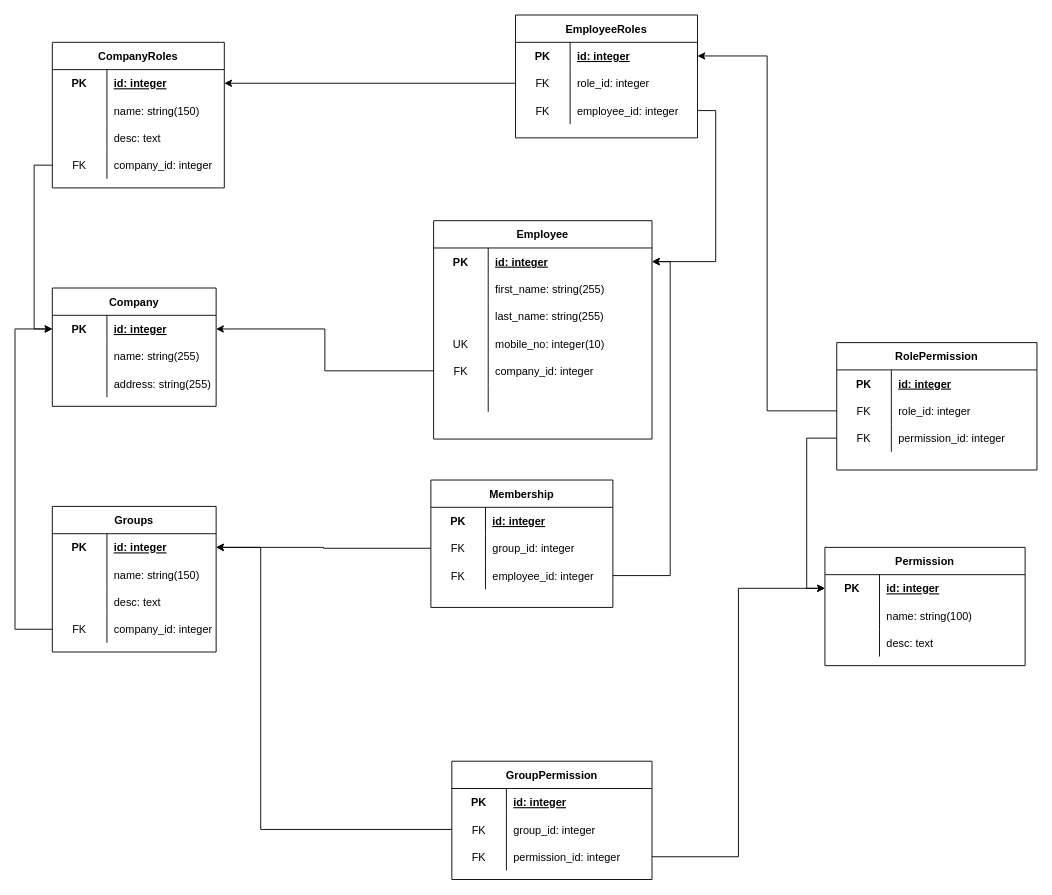
Earlier version of the draw.io diagram drawings/org_uam.drawio (premchalmeti/draw.io). Source tidied: cells renumbered, new cells numbered last; positions are measured from the earlier drawing's top-left corner, leaving out a move shared by most shapes. Both pictures are drawn from the tidied source at 91%, with x=0, y=0 at pixel (15, 15).
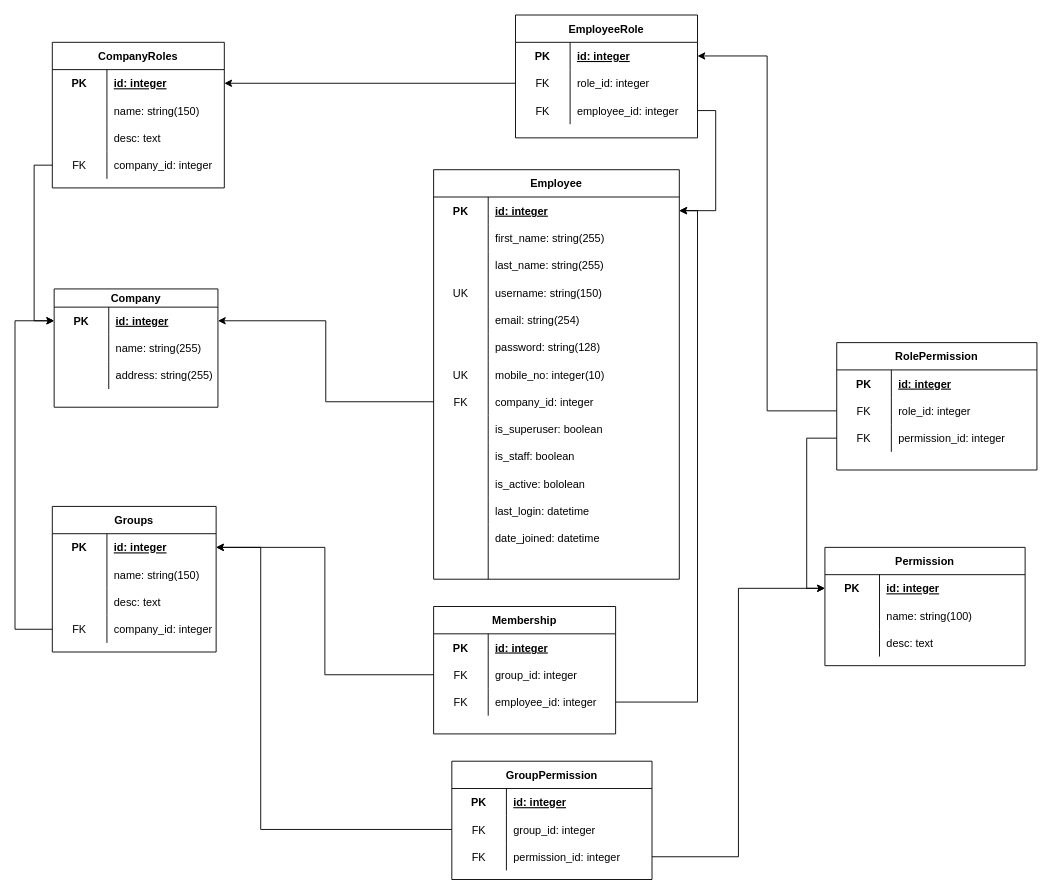
Above is the later version.

Unchanged cells that the change refers to:
```xml
<mxCell id="68" style="shape=partialRectangle;fillColor=none;top=0;left=0;bottom=0;right=0;points=[[0,0.5],[1,0.5]];portConstraint=eastwest;" parent="58" vertex="1">
  <mxGeometry y="120" width="180" height="30" as="geometry" />
</mxCell>
```

The edit, as a diff of the source:
```diff
@@
-    <mxCell id="2" value="Company" style="shape=table;startSize=30;childLayout=tableLayout;rowLines=0;fontStyle=1;align=center;" parent="1" vertex="1">
-      <mxGeometry x="41" y="300" width="180" height="130" as="geometry" />
+    <mxCell id="2" value="Company" style="shape=table;startSize=20;childLayout=tableLayout;rowLines=0;fontStyle=1;align=center;" parent="1" vertex="1">
+      <mxGeometry x="43" y="301" width="180" height="130" as="geometry" />
     </mxCell>
     <mxCell id="3" style="shape=partialRectangle;fillColor=none;top=0;left=0;bottom=0;right=0;points=[[0,0.5],[1,0.5]];portConstraint=eastwest;" parent="2" vertex="1">
-      <mxGeometry y="30" width="180" height="30" as="geometry" />
+      <mxGeometry y="20" width="180" height="30" as="geometry" />
     </mxCell>
@@
     <mxCell id="6" style="shape=partialRectangle;fillColor=none;top=0;left=0;bottom=0;right=0;" parent="2" vertex="1">
-      <mxGeometry y="60" width="180" height="30" as="geometry" />
+      <mxGeometry y="50" width="180" height="30" as="geometry" />
     </mxCell>
@@
     <mxCell id="9" style="shape=partialRectangle;fillColor=none;top=0;left=0;bottom=0;right=0;" parent="2" vertex="1">
-      <mxGeometry y="90" width="180" height="30" as="geometry" />
+      <mxGeometry y="80" width="180" height="30" as="geometry" />
     </mxCell>
@@
     <mxCell id="12" value="Employee" style="shape=table;startSize=30;childLayout=tableLayout;rowLines=0;fontStyle=1;align=center;" parent="1" vertex="1">
-      <mxGeometry x="460" y="226" width="240" height="240" as="geometry" />
+      <mxGeometry x="460" y="170" width="270" height="450" as="geometry" />
     </mxCell>
     <mxCell id="13" style="shape=partialRectangle;fillColor=none;top=0;left=0;bottom=0;right=0;points=[[0,0.5],[1,0.5]];portConstraint=eastwest;" parent="12" vertex="1">
-      <mxGeometry y="30" width="240" height="30" as="geometry" />
+      <mxGeometry y="30" width="270" height="30" as="geometry" />
     </mxCell>
@@
     <mxCell id="15" value="id: integer" style="shape=partialRectangle;fillColor=none;top=0;left=0;bottom=0;right=0;align=left;spacingLeft=6;fontStyle=5;overflow=hidden;" parent="13" vertex="1">
-      <mxGeometry x="60" width="180" height="30" as="geometry" />
+      <mxGeometry x="60" width="210" height="30" as="geometry" />
     </mxCell>
     <mxCell id="16" style="shape=partialRectangle;fillColor=none;top=0;left=0;bottom=0;right=0;" parent="12" vertex="1">
-      <mxGeometry y="60" width="240" height="30" as="geometry" />
+      <mxGeometry y="60" width="270" height="30" as="geometry" />
     </mxCell>
@@
     <mxCell id="18" value="first_name: string(255)" style="shape=partialRectangle;fillColor=none;top=0;left=0;bottom=0;right=0;align=left;spacingLeft=6;overflow=hidden;" parent="16" vertex="1">
-      <mxGeometry x="60" width="180" height="30" as="geometry" />
+      <mxGeometry x="60" width="210" height="30" as="geometry" />
     </mxCell>
     <mxCell id="19" style="shape=partialRectangle;fillColor=none;top=0;left=0;bottom=0;right=0;" parent="12" vertex="1">
-      <mxGeometry y="90" width="240" height="30" as="geometry" />
+      <mxGeometry y="90" width="270" height="30" as="geometry" />
     </mxCell>
@@
     <mxCell id="21" value="last_name: string(255)" style="shape=partialRectangle;fillColor=none;top=0;left=0;bottom=0;right=0;align=left;spacingLeft=6;overflow=hidden;" parent="19" vertex="1">
-      <mxGeometry x="60" width="180" height="30" as="geometry" />
+      <mxGeometry x="60" width="210" height="30" as="geometry" />
     </mxCell>
+    <mxCell id="118" style="shape=partialRectangle;fillColor=none;top=0;left=0;bottom=0;right=0;" parent="12" vertex="1">
+      <mxGeometry y="120" width="270" height="30" as="geometry" />
+    </mxCell>
+    <mxCell id="119" value="UK" style="shape=partialRectangle;fillColor=none;top=0;left=0;bottom=0;right=0;overflow=hidden;" parent="118" vertex="1">
+      <mxGeometry width="60" height="30" as="geometry" />
+    </mxCell>
+    <mxCell id="120" value="username: string(150)" style="shape=partialRectangle;fillColor=none;top=0;left=0;bottom=0;right=0;align=left;spacingLeft=6;overflow=hidden;" parent="118" vertex="1">
+      <mxGeometry x="60" width="210" height="30" as="geometry" />
+    </mxCell>
+    <mxCell id="121" style="shape=partialRectangle;fillColor=none;top=0;left=0;bottom=0;right=0;" parent="12" vertex="1">
+      <mxGeometry y="150" width="270" height="30" as="geometry" />
+    </mxCell>
+    <mxCell id="122" style="shape=partialRectangle;fillColor=none;top=0;left=0;bottom=0;right=0;overflow=hidden;" parent="121" vertex="1">
+      <mxGeometry width="60" height="30" as="geometry" />
+    </mxCell>
+    <mxCell id="123" value="email: string(254)" style="shape=partialRectangle;fillColor=none;top=0;left=0;bottom=0;right=0;align=left;spacingLeft=6;overflow=hidden;" parent="121" vertex="1">
+      <mxGeometry x="60" width="210" height="30" as="geometry" />
+    </mxCell>
+    <mxCell id="124" style="shape=partialRectangle;fillColor=none;top=0;left=0;bottom=0;right=0;" parent="12" vertex="1">
+      <mxGeometry y="180" width="270" height="30" as="geometry" />
+    </mxCell>
+    <mxCell id="125" style="shape=partialRectangle;fillColor=none;top=0;left=0;bottom=0;right=0;overflow=hidden;" parent="124" vertex="1">
+      <mxGeometry width="60" height="30" as="geometry" />
+    </mxCell>
+    <mxCell id="126" value="password: string(128)" style="shape=partialRectangle;fillColor=none;top=0;left=0;bottom=0;right=0;align=left;spacingLeft=6;overflow=hidden;" parent="124" vertex="1">
+      <mxGeometry x="60" width="210" height="30" as="geometry" />
+    </mxCell>
     <mxCell id="22" style="shape=partialRectangle;fillColor=none;top=0;left=0;bottom=0;right=0;" parent="12" vertex="1">
-      <mxGeometry y="120" width="240" height="30" as="geometry" />
+      <mxGeometry y="210" width="270" height="30" as="geometry" />
     </mxCell>
@@
     <mxCell id="24" value="mobile_no: integer(10)" style="shape=partialRectangle;fillColor=none;top=0;left=0;bottom=0;right=0;align=left;spacingLeft=6;fontStyle=0;overflow=hidden;" parent="22" vertex="1">
-      <mxGeometry x="60" width="180" height="30" as="geometry" />
+      <mxGeometry x="60" width="210" height="30" as="geometry" />
     </mxCell>
     <mxCell id="25" style="shape=partialRectangle;fillColor=none;top=0;left=0;bottom=0;right=0;points=[[0,0.5],[1,0.5]];portConstraint=eastwest;" parent="12" vertex="1">
-      <mxGeometry y="150" width="240" height="30" as="geometry" />
+      <mxGeometry y="240" width="270" height="30" as="geometry" />
     </mxCell>
@@
     <mxCell id="27" value="company_id: integer" style="shape=partialRectangle;fillColor=none;top=0;left=0;bottom=0;right=0;align=left;spacingLeft=6;fontStyle=0;overflow=hidden;" parent="25" vertex="1">
-      <mxGeometry x="60" width="180" height="30" as="geometry" />
+      <mxGeometry x="60" width="210" height="30" as="geometry" />
     </mxCell>
+    <mxCell id="127" style="shape=partialRectangle;fillColor=none;top=0;left=0;bottom=0;right=0;" parent="12" vertex="1">
+      <mxGeometry y="270" width="270" height="30" as="geometry" />
+    </mxCell>
+    <mxCell id="128" style="shape=partialRectangle;fillColor=none;top=0;left=0;bottom=0;right=0;fontStyle=0;overflow=hidden;" parent="127" vertex="1">
+      <mxGeometry width="60" height="30" as="geometry" />
+    </mxCell>
+    <mxCell id="129" value="is_superuser: boolean" style="shape=partialRectangle;fillColor=none;top=0;left=0;bottom=0;right=0;align=left;spacingLeft=6;fontStyle=0;overflow=hidden;" parent="127" vertex="1">
+      <mxGeometry x="60" width="210" height="30" as="geometry" />
+    </mxCell>
+    <mxCell id="130" style="shape=partialRectangle;fillColor=none;top=0;left=0;bottom=0;right=0;" parent="12" vertex="1">
+      <mxGeometry y="300" width="270" height="30" as="geometry" />
+    </mxCell>
+    <mxCell id="131" style="shape=partialRectangle;fillColor=none;top=0;left=0;bottom=0;right=0;overflow=hidden;" parent="130" vertex="1">
+      <mxGeometry width="60" height="30" as="geometry" />
+    </mxCell>
+    <mxCell id="132" value="is_staff: boolean" style="shape=partialRectangle;fillColor=none;top=0;left=0;bottom=0;right=0;align=left;spacingLeft=6;overflow=hidden;" parent="130" vertex="1">
+      <mxGeometry x="60" width="210" height="30" as="geometry" />
+    </mxCell>
+    <mxCell id="133" style="shape=partialRectangle;fillColor=none;top=0;left=0;bottom=0;right=0;" parent="12" vertex="1">
+      <mxGeometry y="330" width="270" height="30" as="geometry" />
+    </mxCell>
+    <mxCell id="134" style="shape=partialRectangle;fillColor=none;top=0;left=0;bottom=0;right=0;overflow=hidden;" parent="133" vertex="1">
+      <mxGeometry width="60" height="30" as="geometry" />
+    </mxCell>
+    <mxCell id="135" value="is_active: bololean" style="shape=partialRectangle;fillColor=none;top=0;left=0;bottom=0;right=0;align=left;spacingLeft=6;overflow=hidden;" parent="133" vertex="1">
+      <mxGeometry x="60" width="210" height="30" as="geometry" />
+    </mxCell>
+    <mxCell id="136" style="shape=partialRectangle;fillColor=none;top=0;left=0;bottom=0;right=0;" parent="12" vertex="1">
+      <mxGeometry y="360" width="270" height="30" as="geometry" />
+    </mxCell>
+    <mxCell id="137" style="shape=partialRectangle;fillColor=none;top=0;left=0;bottom=0;right=0;overflow=hidden;" parent="136" vertex="1">
+      <mxGeometry width="60" height="30" as="geometry" />
+    </mxCell>
+    <mxCell id="138" value="last_login: datetime" style="shape=partialRectangle;fillColor=none;top=0;left=0;bottom=0;right=0;align=left;spacingLeft=6;overflow=hidden;" parent="136" vertex="1">
+      <mxGeometry x="60" width="210" height="30" as="geometry" />
+    </mxCell>
+    <mxCell id="139" style="shape=partialRectangle;fillColor=none;top=0;left=0;bottom=0;right=0;" parent="12" vertex="1">
+      <mxGeometry y="390" width="270" height="30" as="geometry" />
+    </mxCell>
+    <mxCell id="140" style="shape=partialRectangle;fillColor=none;top=0;left=0;bottom=0;right=0;overflow=hidden;" parent="139" vertex="1">
+      <mxGeometry width="60" height="30" as="geometry" />
+    </mxCell>
+    <mxCell id="141" value="date_joined: datetime" style="shape=partialRectangle;fillColor=none;top=0;left=0;bottom=0;right=0;align=left;spacingLeft=6;overflow=hidden;" parent="139" vertex="1">
+      <mxGeometry x="60" width="210" height="30" as="geometry" />
+    </mxCell>
     <mxCell id="28" style="shape=partialRectangle;fillColor=none;top=0;left=0;bottom=0;right=0;" parent="12" vertex="1">
-      <mxGeometry y="180" width="240" height="30" as="geometry" />
+      <mxGeometry y="420" width="270" height="30" as="geometry" />
     </mxCell>
@@
     <mxCell id="30" style="shape=partialRectangle;fillColor=none;top=0;left=0;bottom=0;right=0;align=left;spacingLeft=6;fontStyle=0;overflow=hidden;" parent="28" vertex="1">
-      <mxGeometry x="60" width="180" height="30" as="geometry" />
+      <mxGeometry x="60" width="210" height="30" as="geometry" />
     </mxCell>
@@
-    <mxCell id="46" value="EmployeeRoles" style="shape=table;startSize=30;childLayout=tableLayout;rowLines=0;fontStyle=1;align=center;" parent="1" vertex="1">
+    <mxCell id="46" value="EmployeeRole" style="shape=table;startSize=30;childLayout=tableLayout;rowLines=0;fontStyle=1;align=center;" parent="1" vertex="1">
       <mxGeometry x="550" width="200" height="135" as="geometry" />
     </mxCell>
@@
-    <mxCell id="71" style="edgeStyle=orthogonalEdgeStyle;rounded=0;jettySize=auto;html=1;exitX=0;exitY=0.5;exitDx=0;exitDy=0;entryX=0;entryY=0.5;entryDx=0;entryDy=0;" parent="1" edge="1" source="68" target="3">
-      <mxGeometry relative="1" as="geometry">
-        <Array as="points">
-          <mxPoint y="675" />
-          <mxPoint y="345" />
-        </Array>
-      </mxGeometry>
-    </mxCell>
     <mxCell id="72" value="Membership" style="shape=table;startSize=30;childLayout=tableLayout;rowLines=0;fontStyle=1;align=center;" parent="1" vertex="1">
-      <mxGeometry x="457" y="511" width="200" height="140" as="geometry" />
+      <mxGeometry x="460" y="650" width="200" height="140" as="geometry" />
     </mxCell>
@@
+    <mxCell id="71" style="edgeStyle=orthogonalEdgeStyle;rounded=0;jettySize=auto;html=1;exitX=0;exitY=0.5;exitDx=0;exitDy=0;entryX=0;entryY=0.5;entryDx=0;entryDy=0;" parent="1" edge="1" source="68" target="3">
+      <mxGeometry relative="1" as="geometry">
+        <Array as="points">
+          <mxPoint y="675" />
+          <mxPoint y="336" />
+        </Array>
+      </mxGeometry>
+    </mxCell>
```
